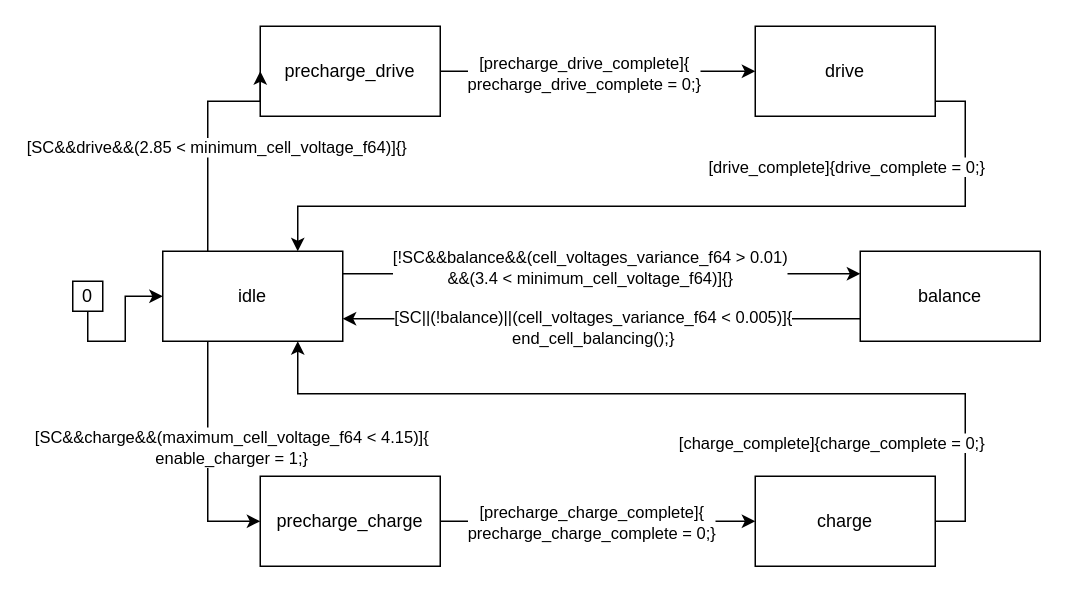
The draw.io diagram page "main" (2 of 8) of xver/xsm/XML/graph.drawio in osceri/AMS-CC, before the edit. Source tidied: cells renumbered, new cells numbered last; positions are measured from the earlier drawing's top-left corner, leaving out a move shared by most shapes. Both pictures are drawn from the tidied source at 150%, with x=0, y=0 at pixel (72, 26).
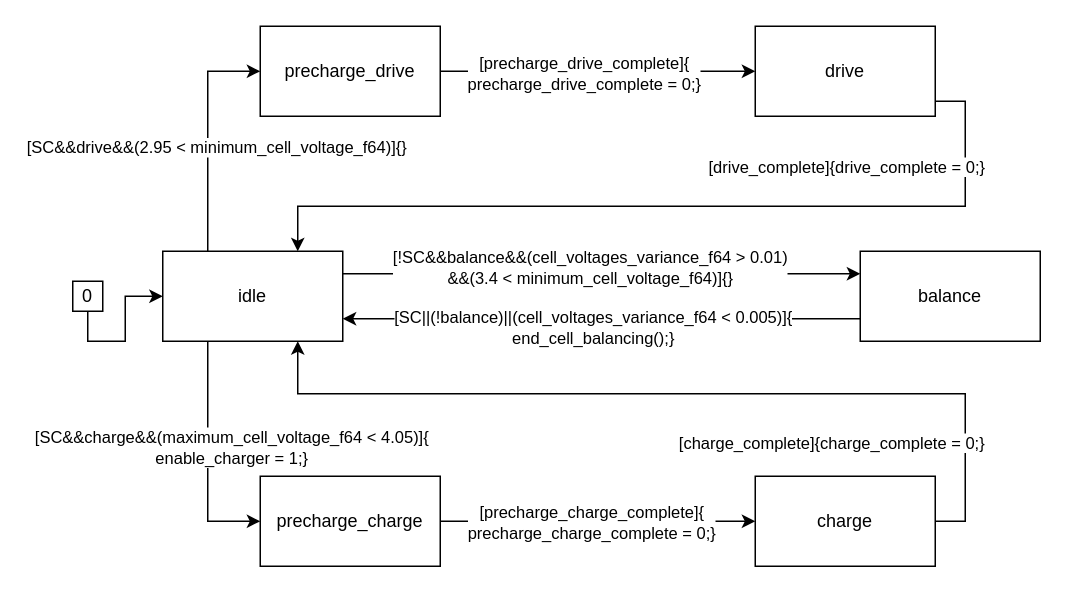
After the change.

Unchanged cells that the change refers to:
```xml
<mxCell id="4" value="precharge_drive" style="rounded=0;whiteSpace=wrap;html=1;" parent="1" vertex="1">
  <mxGeometry x="125" width="120" height="60" as="geometry" />
</mxCell>
<mxCell id="16" style="edgeStyle=orthogonalEdgeStyle;rounded=0;jettySize=auto;html=1;exitX=0.25;exitY=1;exitDx=0;exitDy=0;entryX=0;entryY=0.5;entryDx=0;entryDy=0;" parent="1" edge="1" source="20" target="7">
  <mxGeometry relative="1" as="geometry">
    <Array as="points">
      <mxPoint x="90" y="330" />
    </Array>
  </mxGeometry>
</mxCell>
<mxCell id="20" value="idle" style="rounded=0;whiteSpace=wrap;html=1;" parent="1" vertex="1">
  <mxGeometry x="60" y="150" width="120" height="60" as="geometry" />
</mxCell>
```

The edit, as a diff of the source:
```diff
@@
     <mxCell id="14" style="edgeStyle=orthogonalEdgeStyle;rounded=0;jettySize=auto;html=1;exitX=0.25;exitY=0;exitDx=0;exitDy=0;entryX=0;entryY=0.5;entryDx=0;entryDy=0;" parent="1" edge="1" source="20" target="4">
       <mxGeometry relative="1" as="geometry">
         <Array as="points">
-          <mxPoint x="90" y="50" />
+          <mxPoint x="90" y="30" />
         </Array>
       </mxGeometry>
     </mxCell>
-    <mxCell id="15" value="[SC&amp;amp;&amp;amp;drive&amp;amp;&amp;amp;(2.85 &amp;lt; minimum_cell_voltage_f64)]{}" style="edgeLabel;html=1;align=center;verticalAlign=middle;" parent="14" vertex="1">
+    <mxCell id="15" value="[SC&amp;amp;&amp;amp;drive&amp;amp;&amp;amp;(2.95 &amp;lt; minimum_cell_voltage_f64)]{}" style="edgeLabel;html=1;align=center;verticalAlign=middle;" parent="14" vertex="1">
       <mxGeometry x="-0.09" y="1" relative="1" as="geometry">
         <mxPoint x="6" y="1" as="offset" />
       </mxGeometry>
     </mxCell>
@@
-    <mxCell id="17" value="&lt;div&gt;[SC&amp;amp;&amp;amp;charge&amp;amp;&amp;amp;(maximum_cell_voltage_f64 &amp;lt; 4.15)]{&lt;/div&gt;&lt;div&gt;enable_charger = 1;}&lt;/div&gt;" style="edgeLabel;html=1;align=center;verticalAlign=middle;" parent="16" vertex="1">
+    <mxCell id="17" value="&lt;div&gt;[SC&amp;amp;&amp;amp;charge&amp;amp;&amp;amp;(maximum_cell_voltage_f64 &amp;lt; 4.05)]{&lt;/div&gt;&lt;div&gt;enable_charger = 1;}&lt;/div&gt;" style="edgeLabel;html=1;align=center;verticalAlign=middle;" parent="16" vertex="1">
       <mxGeometry x="0.27" relative="1" as="geometry">
         <mxPoint x="15" y="-28" as="offset" />
       </mxGeometry>
     </mxCell>
```
